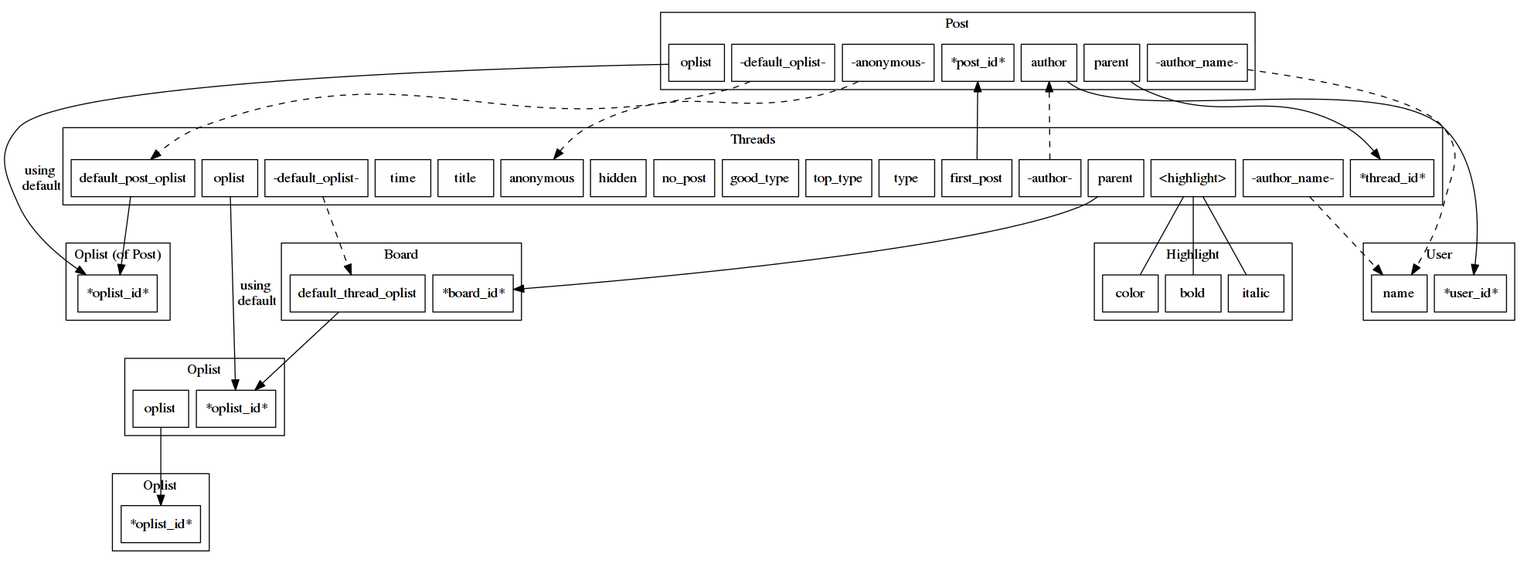
Earlier version of the Graphviz export pages/graph/erd/threads.png (cc98-frontend-development/API). Its source is kept beside it as pages/graph/erd/threads.dot. Source of this version:
```dot
strict digraph g {
	node [ shape = box ];
	nodesep = 0.1;
	ranksep = 1;

	subgraph cluster_thread {
		label = "Threads";
		node_a_thread_thread_id           [ label = "*thread_id*" ];
		node_a_thread_parent              [ label = "parent" ];
		node_a_thread_oplist              [ label = "oplist" ];
		node_a_thread_default_oplist      [ label = "-default_oplist-" ];
		node_a_thread_default_post_oplist [ label = "default_post_oplist" ];
		node_a_thread_first_post          [ label = "first_post" ];
		node_a_thread_type                [ label = "type" ];
		node_a_thread_top_type            [ label = "top_type" ];
		node_a_thread_good_type           [ label = "good_type" ];
		node_a_thread_no_post             [ label = "no_post" ];
		node_a_thread_hidden              [ label = "hidden" ];
		node_a_thread_anonymous           [ label = "anonymous" ];
		node_a_thread_title               [ label = "title" ];
		node_a_thread_time                [ label = "time" ];
		node_a_thread_highlight           [ label = "<highlight>" ];
		node_a_thread_author              [ label = "-author-" ];
		node_a_thread_author_name         [ label = "-author_name-" ];
	}

	subgraph cluster_highlight {
		label = "Highlight"
		node_a_highlight_color  [ label = "color" ];
		node_a_highlight_bold   [ label = "bold" ];
		node_a_highlight_italic [ label = "italic" ];
	}

	subgraph cluster_board {
		label = "Board";
		node_a_board_board_id [ label = "*board_id*" ];
		node_a_board_default_thread_oplist [ label = "default_thread_oplist" ];
	}

	subgraph cluster_post {
		label = "Post";
		node_a_post_post_id        [ label = "*post_id*" ];
		node_a_post_parent         [ label = "parent" ];
		node_a_post_oplist         [ label = "oplist" ];
		node_a_post_default_oplist [ label = "-default_oplist-" ];
		node_a_post_anonymous      [ label = "-anonymous-" ];
		node_a_post_author         [ label = "author" ];
		node_a_post_author_name    [ label = "-author_name-" ];
	}

	subgraph cluster_oplist {
		label = "Oplist";
		node_a_oplist_oplist_id [ label = "*oplist_id*" ];
		node_a_oplist_oplist    [ label = "oplist" ];
	}

	subgraph cluster_oplist_2 {
		label = "Oplist";
		node_a_oplist_oplist_id_2 [ label = "*oplist_id*" ];
	}

	subgraph cluster_oplist_3 {
		label = "Oplist (of Post)";
		node_a_oplist_oplist_id_3 [ label = "*oplist_id*" ];
	}

	subgraph cluster_user {
		label = "User";
		node_a_user_user_id [ label = "*user_id*" ];
		node_a_user_name    [ label = "name" ];
	}

	node_a_thread_first_post -> node_a_post_post_id;
	node_a_thread_parent -> node_a_board_board_id;
	node_a_thread_oplist -> node_a_oplist_oplist_id [ label = "using\n default" ];
	node_a_thread_default_oplist -> node_a_board_default_thread_oplist [ style = dashed ];
	node_a_thread_default_post_oplist -> node_a_oplist_oplist_id_3;
	node_a_thread_author -> node_a_post_author [ style = dashed ];
	node_a_thread_author_name -> node_a_user_name [ style = dashed ];

	node_a_thread_highlight -> node_a_highlight_color  [ arrowhead = none ];
	node_a_thread_highlight -> node_a_highlight_bold   [ arrowhead = none ];
	node_a_thread_highlight -> node_a_highlight_italic [ arrowhead = none ];

	node_a_post_parent -> node_a_thread_thread_id;
	node_a_post_anonymous -> node_a_thread_anonymous [style = dashed ];
	node_a_post_oplist -> node_a_oplist_oplist_id_3 [ label = "using\n default" ];
	node_a_post_default_oplist -> node_a_thread_default_post_oplist [ style = dashed ];

	node_a_oplist_oplist -> node_a_oplist_oplist_id_2;

	node_a_post_author -> node_a_user_user_id;
	node_a_post_author_name -> node_a_user_name     [ style = dashed ];

	node_a_board_default_thread_oplist -> node_a_oplist_oplist_id;
}
```
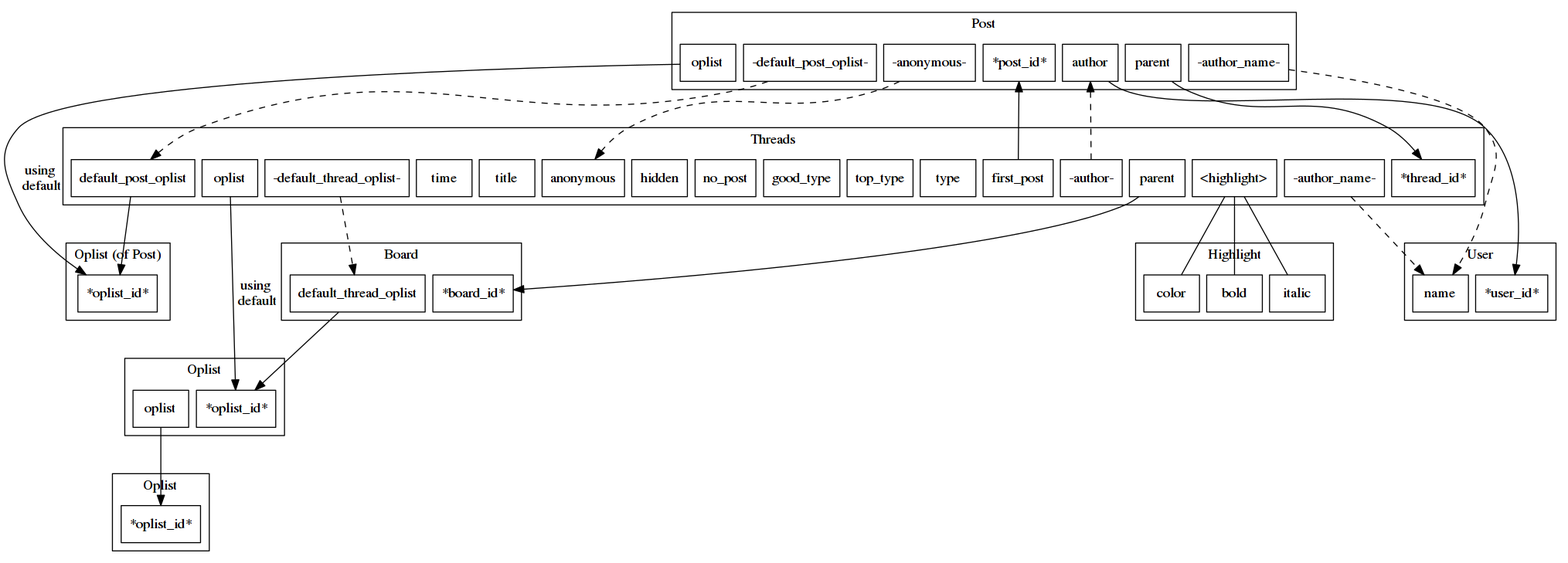
The same diagram one commit later.

Commit message:
resources_threads: update

The edit, as a diff of the source:
```diff
@@ -5,23 +5,23 @@
 
 	subgraph cluster_thread {
 		label = "Threads";
-		node_a_thread_thread_id           [ label = "*thread_id*" ];
-		node_a_thread_parent              [ label = "parent" ];
-		node_a_thread_oplist              [ label = "oplist" ];
-		node_a_thread_default_oplist      [ label = "-default_oplist-" ];
-		node_a_thread_default_post_oplist [ label = "default_post_oplist" ];
-		node_a_thread_first_post          [ label = "first_post" ];
-		node_a_thread_type                [ label = "type" ];
-		node_a_thread_top_type            [ label = "top_type" ];
-		node_a_thread_good_type           [ label = "good_type" ];
-		node_a_thread_no_post             [ label = "no_post" ];
-		node_a_thread_hidden              [ label = "hidden" ];
-		node_a_thread_anonymous           [ label = "anonymous" ];
-		node_a_thread_title               [ label = "title" ];
-		node_a_thread_time                [ label = "time" ];
-		node_a_thread_highlight           [ label = "<highlight>" ];
-		node_a_thread_author              [ label = "-author-" ];
-		node_a_thread_author_name         [ label = "-author_name-" ];
+		node_a_thread_thread_id             [ label = "*thread_id*" ];
+		node_a_thread_parent                [ label = "parent" ];
+		node_a_thread_oplist                [ label = "oplist" ];
+		node_a_thread_default_thread_oplist [ label = "-default_thread_oplist-" ];
+		node_a_thread_default_post_oplist   [ label = "default_post_oplist" ];
+		node_a_thread_first_post            [ label = "first_post" ];
+		node_a_thread_type                  [ label = "type" ];
+		node_a_thread_top_type              [ label = "top_type" ];
+		node_a_thread_good_type             [ label = "good_type" ];
+		node_a_thread_no_post               [ label = "no_post" ];
+		node_a_thread_hidden                [ label = "hidden" ];
+		node_a_thread_anonymous             [ label = "anonymous" ];
+		node_a_thread_title                 [ label = "title" ];
+		node_a_thread_time                  [ label = "time" ];
+		node_a_thread_highlight             [ label = "<highlight>" ];
+		node_a_thread_author                [ label = "-author-" ];
+		node_a_thread_author_name           [ label = "-author_name-" ];
 	}
 
 	subgraph cluster_highlight {
@@ -39,13 +39,13 @@
 
 	subgraph cluster_post {
 		label = "Post";
-		node_a_post_post_id        [ label = "*post_id*" ];
-		node_a_post_parent         [ label = "parent" ];
-		node_a_post_oplist         [ label = "oplist" ];
-		node_a_post_default_oplist [ label = "-default_oplist-" ];
-		node_a_post_anonymous      [ label = "-anonymous-" ];
-		node_a_post_author         [ label = "author" ];
-		node_a_post_author_name    [ label = "-author_name-" ];
+		node_a_post_post_id             [ label = "*post_id*" ];
+		node_a_post_parent              [ label = "parent" ];
+		node_a_post_oplist              [ label = "oplist" ];
+		node_a_post_default_post_oplist [ label = "-default_post_oplist-" ];
+		node_a_post_anonymous           [ label = "-anonymous-" ];
+		node_a_post_author              [ label = "author" ];
+		node_a_post_author_name         [ label = "-author_name-" ];
 	}
 
 	subgraph cluster_oplist {
@@ -73,7 +73,7 @@
 	node_a_thread_first_post -> node_a_post_post_id;
 	node_a_thread_parent -> node_a_board_board_id;
 	node_a_thread_oplist -> node_a_oplist_oplist_id [ label = "using\n default" ];
-	node_a_thread_default_oplist -> node_a_board_default_thread_oplist [ style = dashed ];
+	node_a_thread_default_thread_oplist -> node_a_board_default_thread_oplist [ style = dashed ];
 	node_a_thread_default_post_oplist -> node_a_oplist_oplist_id_3;
 	node_a_thread_author -> node_a_post_author [ style = dashed ];
 	node_a_thread_author_name -> node_a_user_name [ style = dashed ];
@@ -85,7 +85,7 @@
 	node_a_post_parent -> node_a_thread_thread_id;
 	node_a_post_anonymous -> node_a_thread_anonymous [style = dashed ];
 	node_a_post_oplist -> node_a_oplist_oplist_id_3 [ label = "using\n default" ];
-	node_a_post_default_oplist -> node_a_thread_default_post_oplist [ style = dashed ];
+	node_a_post_default_post_oplist -> node_a_thread_default_post_oplist [ style = dashed ];
 
 	node_a_oplist_oplist -> node_a_oplist_oplist_id_2;
 
```
